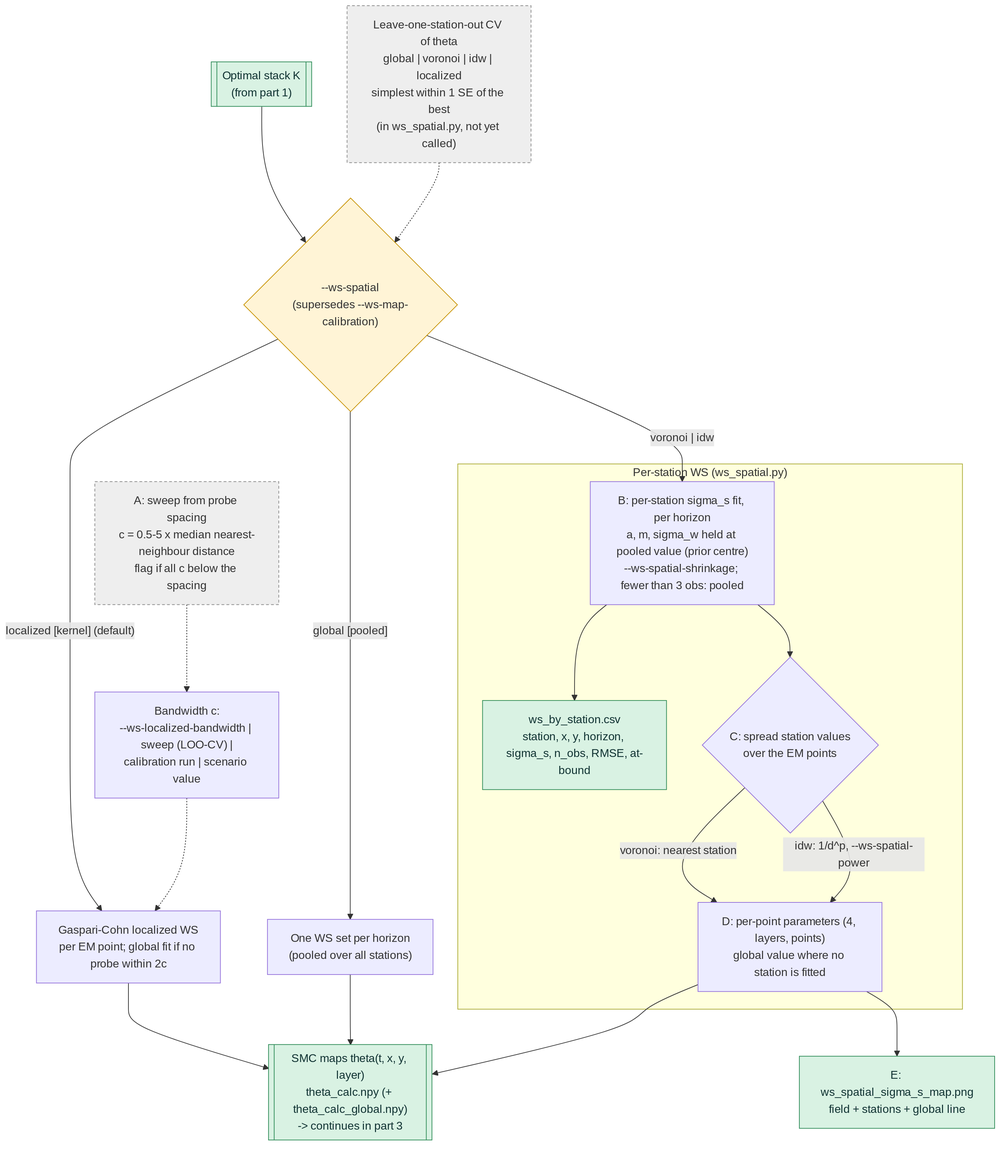
Before: figs/real_data_to_smc_flowchart_part2_maps_calibration_unit.png, a diagram exported from Mermaid (BenjMy/mfc2_EA-EM_TDR). Its source is kept beside it as real_data_to_smc_flowchart_part2_maps_calibration_unit.mmd. Source of this version:
```mermaid
flowchart TD
    K[["Optimal stack K<br/>(from part 1)"]] --> O_MAP{"--ws-spatial<br/>(supersedes --ws-map-calibration)"}

    O_MAP -- "global [pooled]" --> M2["One WS set per horizon<br/>(pooled over all stations)"]
    O_MAP -- "localized [kernel] (default)" --> M1["Gaspari-Cohn localized WS<br/>per EM point; global fit if no probe within 2c"]
    O_MAP -- "voronoi | idw" --> B1

    BW["Bandwidth c:<br/>--ws-localized-bandwidth | sweep (LOO-CV) |<br/>calibration run | scenario value"] -.-> M1
    SWA["A: sweep from probe spacing<br/>c = 0.5-5 x median nearest-neighbour distance<br/>flag if all c below the spacing"] -.-> BW

    subgraph ST["Per-station WS (ws_spatial.py)"]
        B1["B: per-station sigma_s fit, per horizon<br/>a, m, sigma_w held at pooled value (prior centre)<br/>--ws-spatial-shrinkage; fewer than 3 obs: pooled"]
        B1 --> B2["ws_by_station.csv<br/>station, x, y, horizon, sigma_s, n_obs, RMSE, at-bound"]
        B1 --> C1{"C: spread station values<br/>over the EM points"}
        C1 -- "voronoi: nearest station" --> D1
        C1 -- "idw: 1/d^p, --ws-spatial-power" --> D1
        D1["D: per-point parameters (4, layers, points)<br/>global value where no station is fitted"]
    end

    LOSO["Leave-one-station-out CV of theta<br/>global | voronoi | idw | localized<br/>simplest within 1 SE of the best<br/>(in ws_spatial.py, not yet called)"] -.-> O_MAP

    D1 --> E1["E: ws_spatial_sigma_s_map.png<br/>field + stations + global line"]
    M1 --> SMC
    M2 --> SMC
    D1 --> SMC
    SMC[["SMC maps theta(t, x, y, layer)<br/>theta_calc.npy (+ theta_calc_global.npy)<br/>-> continues in part 3"]]

    classDef opt fill:#fff4d6,stroke:#c79100,color:#333;
    classDef todo fill:#eeeeee,stroke:#888,stroke-dasharray: 4 3,color:#333;
    classDef out fill:#d9f2e3,stroke:#2e8b57,color:#133;
    class O_MAP opt;
    class SMC,B2,E1,K out;
    class SWA,LOSO todo;
```
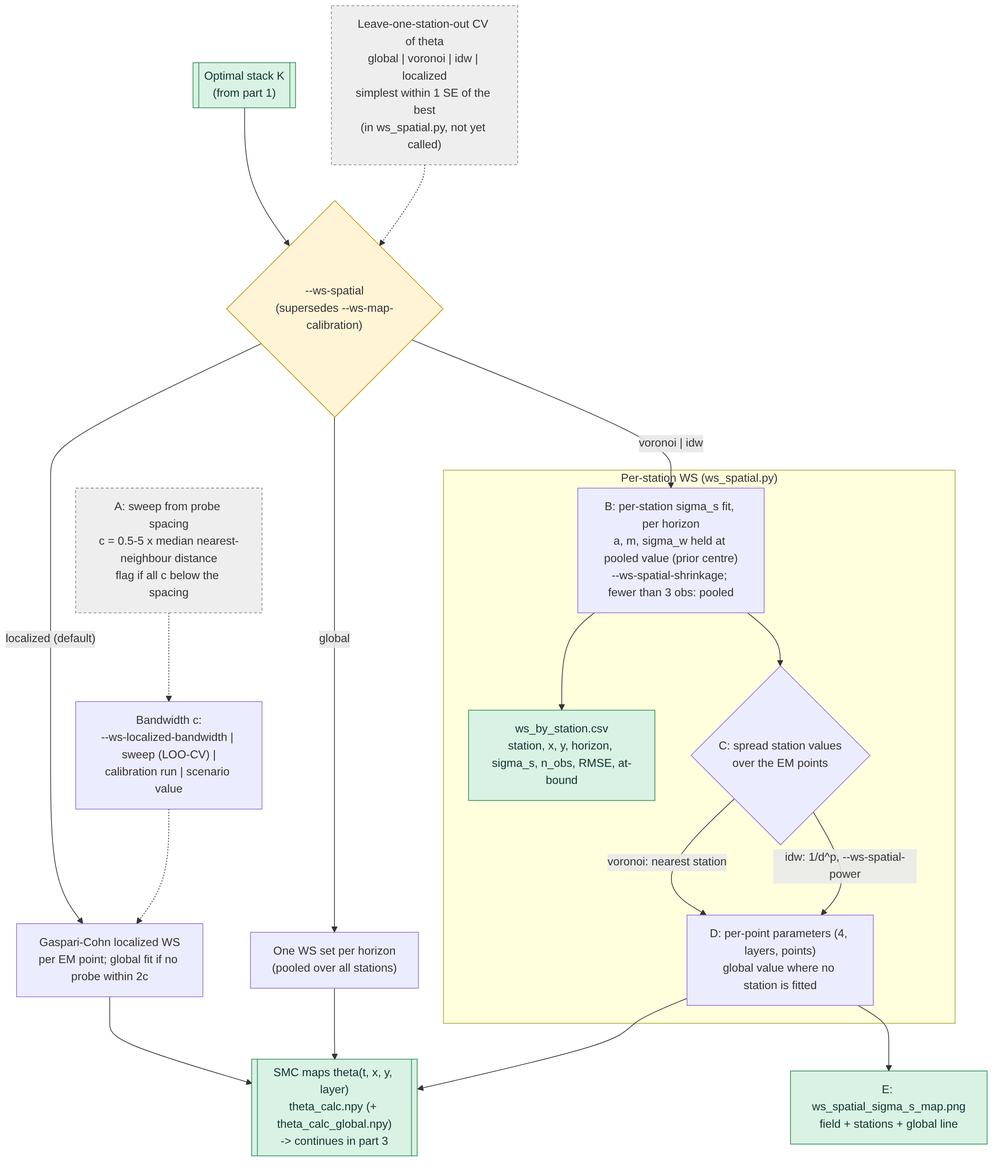
The same file after the commit.

Commit message:
Rename --ws-spatial options: pooled -> global, kernel -> localized (RD0)

The edit, as a diff of the source:
```diff
@@ -1,8 +1,8 @@
 flowchart TD
     K[["Optimal stack K<br/>(from part 1)"]] --> O_MAP{"--ws-spatial<br/>(supersedes --ws-map-calibration)"}
 
-    O_MAP -- "global [pooled]" --> M2["One WS set per horizon<br/>(pooled over all stations)"]
-    O_MAP -- "localized [kernel] (default)" --> M1["Gaspari-Cohn localized WS<br/>per EM point; global fit if no probe within 2c"]
+    O_MAP -- "global" --> M2["One WS set per horizon<br/>(pooled over all stations)"]
+    O_MAP -- "localized (default)" --> M1["Gaspari-Cohn localized WS<br/>per EM point; global fit if no probe within 2c"]
     O_MAP -- "voronoi | idw" --> B1
 
     BW["Bandwidth c:<br/>--ws-localized-bandwidth | sweep (LOO-CV) |<br/>calibration run | scenario value"] -.-> M1
```
